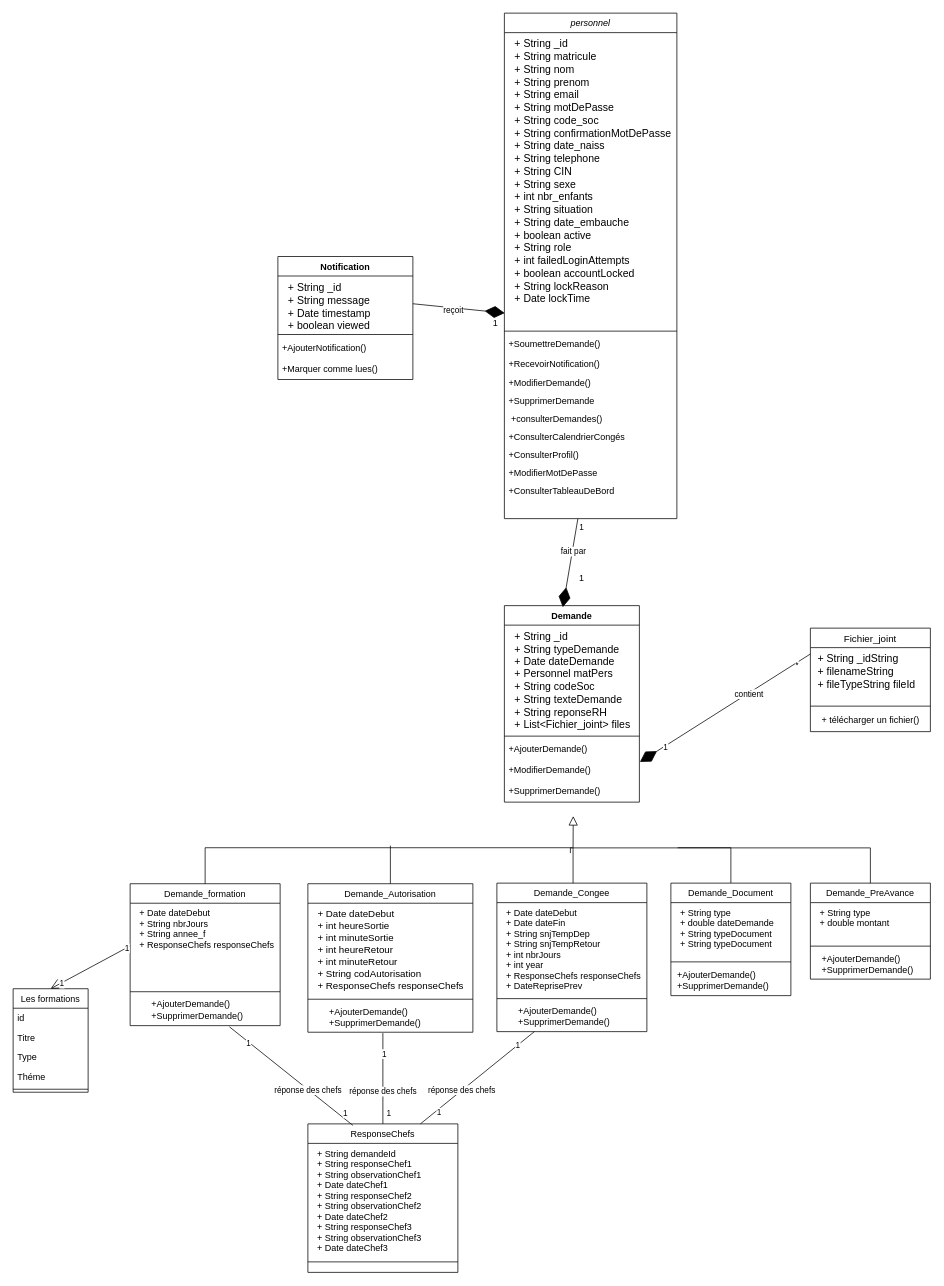
Earlier version of the draw.io diagram Diagramme de classe du sprint 2.drawio (PORTAIL-RH/Portail-RH-Mobile). Source tidied: cells renumbered, new cells numbered last; positions are measured from the earlier drawing's top-left corner, leaving out a move shared by most shapes. Both pictures are drawn from the tidied source at 75%, with x=0, y=0 at pixel (13, 13).
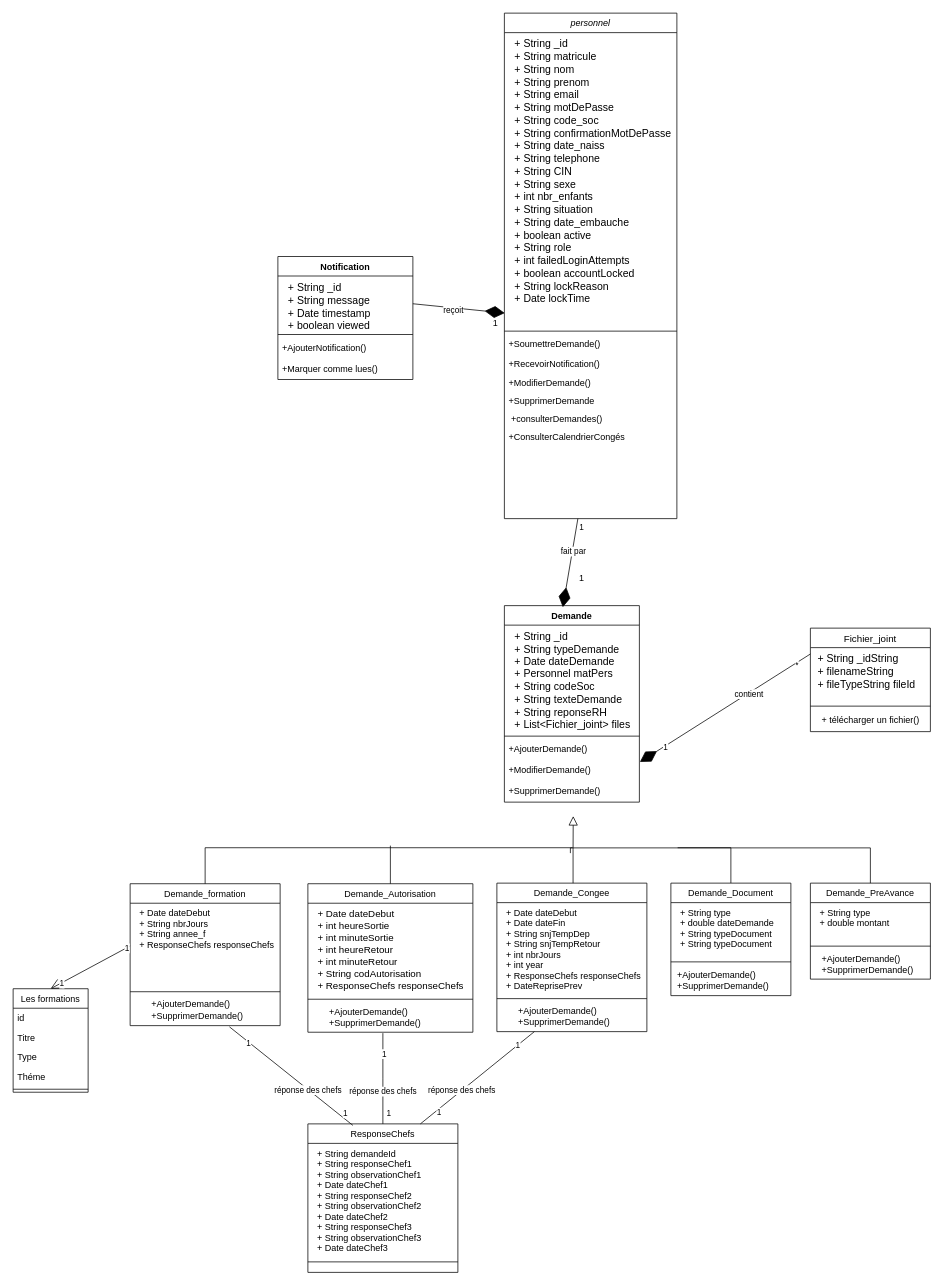
The same diagram, later.

Commit message (it also covers changes not shown here):
Mettre à jour Diagramme de classe du sprint 2.drawio

Unchanged cells that the change refers to:
```xml
<mxCell id="2" value="personnel" style="swimlane;fontStyle=2;align=center;verticalAlign=top;horizontal=1;startSize=26;rounded=0;shadow=0;strokeWidth=1;" parent="1" vertex="1">
  <mxGeometry x="655" width="230" height="674" as="geometry" />
</mxCell>
```

The edit, as a diff of the source:
```diff
@@
-    <mxCell id="11" value="+ConsulterProfil()" style="text;align=left;verticalAlign=top;spacingLeft=4;spacingRight=4;overflow=hidden;" parent="2" vertex="1">
-      <mxGeometry y="576" width="230" height="24" as="geometry" />
-    </mxCell>
-    <mxCell id="12" value="+ModifierMotDePasse" style="text;align=left;verticalAlign=top;spacingLeft=4;spacingRight=4;overflow=hidden;" parent="2" vertex="1">
-      <mxGeometry y="600" width="230" height="24" as="geometry" />
-    </mxCell>
-    <mxCell id="13" value="+ConsulterTableauDeBord" style="text;align=left;verticalAlign=top;spacingLeft=4;spacingRight=4;overflow=hidden;" parent="2" vertex="1">
-      <mxGeometry y="624" width="230" height="24" as="geometry" />
-    </mxCell>
```
